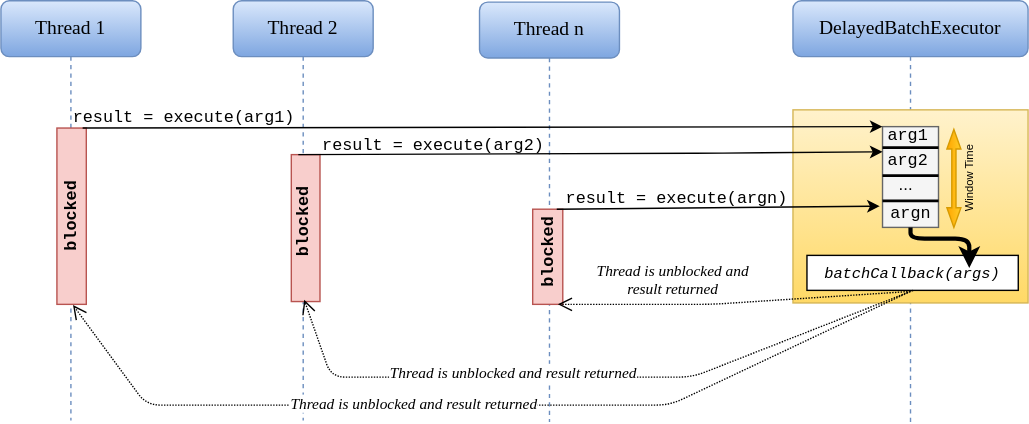
Before: src/main/javadoc/doc-files/blocking.svg, a diagram exported from draw.io (victor-porcar/delayed-batch-executor). Source tidied: cells renumbered, new cells last; positions are measured from the earlier drawing's top-left corner, leaving out a move shared by most shapes.
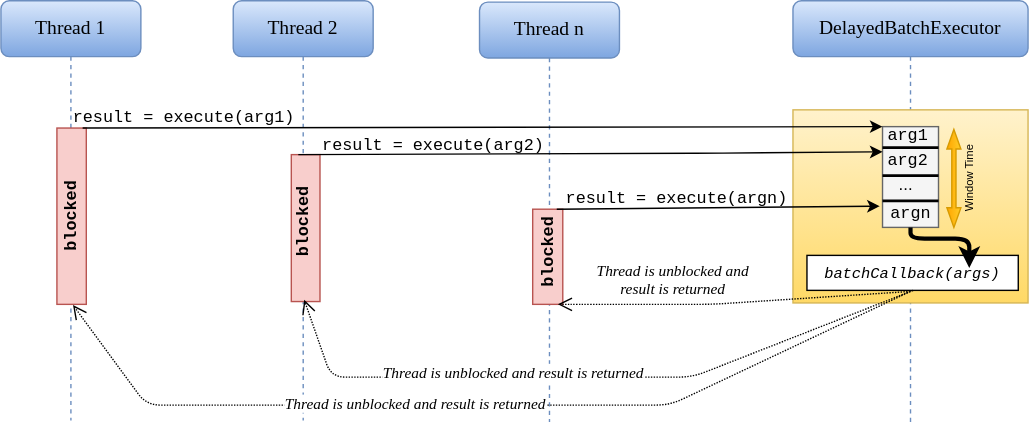
The same diagram one commit later.

Diff of the diagram source:
```diff
@@ -92,7 +92,7 @@
         </Array>
       </mxGeometry>
     </mxCell>
-    <mxCell id="28" value="&lt;font style=&quot;font-size: 11px&quot; face=&quot;Verdana&quot;&gt;&lt;i&gt;Thread is unblocked and &lt;br&gt;result returned&lt;/i&gt;&lt;br&gt;&lt;/font&gt;" style="html=1;verticalAlign=bottom;endArrow=open;endSize=8;dashed=1;dashPattern=1 1;exitX=0.476;exitY=1.036;exitDx=0;exitDy=0;exitPerimeter=0;" parent="1" edge="1" source="13">
+    <mxCell id="28" value="&lt;font style=&quot;font-size: 11px&quot; face=&quot;Verdana&quot;&gt;&lt;i&gt;Thread is unblocked and &lt;br&gt;result is returned&lt;/i&gt;&lt;br&gt;&lt;/font&gt;" style="html=1;verticalAlign=bottom;endArrow=open;endSize=8;dashed=1;dashPattern=1 1;exitX=0.476;exitY=1.036;exitDx=0;exitDy=0;exitPerimeter=0;" parent="1" edge="1" source="13">
       <mxGeometry x="0.34" y="-2" relative="1" as="geometry">
         <mxPoint x="398" y="217" as="targetPoint" />
         <Array as="points">
@@ -101,7 +101,7 @@
         </Array>
       </mxGeometry>
     </mxCell>
-    <mxCell id="29" value="&lt;i style=&quot;font-family: &amp;#34;verdana&amp;#34;&quot;&gt;&lt;font style=&quot;font-size: 11px&quot;&gt;Thread is unblocked and&amp;nbsp;result returned&lt;/font&gt;&lt;/i&gt;" style="html=1;verticalAlign=bottom;endArrow=open;endSize=8;dashed=1;dashPattern=1 1;entryX=0.45;entryY=0.988;entryDx=0;entryDy=0;entryPerimeter=0;" parent="1" edge="1" target="23">
+    <mxCell id="29" value="&lt;i style=&quot;font-family: &amp;#34;verdana&amp;#34;&quot;&gt;&lt;font style=&quot;font-size: 11px&quot;&gt;Thread is unblocked and&amp;nbsp;result is returned&lt;/font&gt;&lt;/i&gt;" style="html=1;verticalAlign=bottom;endArrow=open;endSize=8;dashed=1;dashPattern=1 1;entryX=0.45;entryY=0.988;entryDx=0;entryDy=0;entryPerimeter=0;" parent="1" edge="1" target="23">
       <mxGeometry x="0.22" y="6" relative="1" as="geometry">
         <mxPoint x="652" y="207" as="sourcePoint" />
         <Array as="points">
@@ -111,7 +111,7 @@
         </Array>
       </mxGeometry>
     </mxCell>
-    <mxCell id="30" value="&lt;i style=&quot;font-family: &amp;#34;verdana&amp;#34;&quot;&gt;&lt;font style=&quot;font-size: 11px&quot;&gt;Thread is unblocked and&amp;nbsp;result returned&lt;/font&gt;&lt;/i&gt;" style="html=1;verticalAlign=bottom;endArrow=open;endSize=8;dashed=1;dashPattern=1 1;exitX=0.5;exitY=1;exitDx=0;exitDy=0;entryX=0.515;entryY=0.725;entryDx=0;entryDy=0;entryPerimeter=0;" parent="1" edge="1" source="13" target="19">
+    <mxCell id="30" value="&lt;i style=&quot;font-family: &amp;#34;verdana&amp;#34;&quot;&gt;&lt;font style=&quot;font-size: 11px&quot;&gt;Thread is unblocked and&amp;nbsp;result is returned&lt;/font&gt;&lt;/i&gt;" style="html=1;verticalAlign=bottom;endArrow=open;endSize=8;dashed=1;dashPattern=1 1;exitX=0.5;exitY=1;exitDx=0;exitDy=0;entryX=0.515;entryY=0.725;entryDx=0;entryDy=0;entryPerimeter=0;" parent="1" edge="1" source="13" target="19">
       <mxGeometry x="0.14" y="8" relative="1" as="geometry">
         <Array as="points">
           <mxPoint x="478" y="289" />
```
